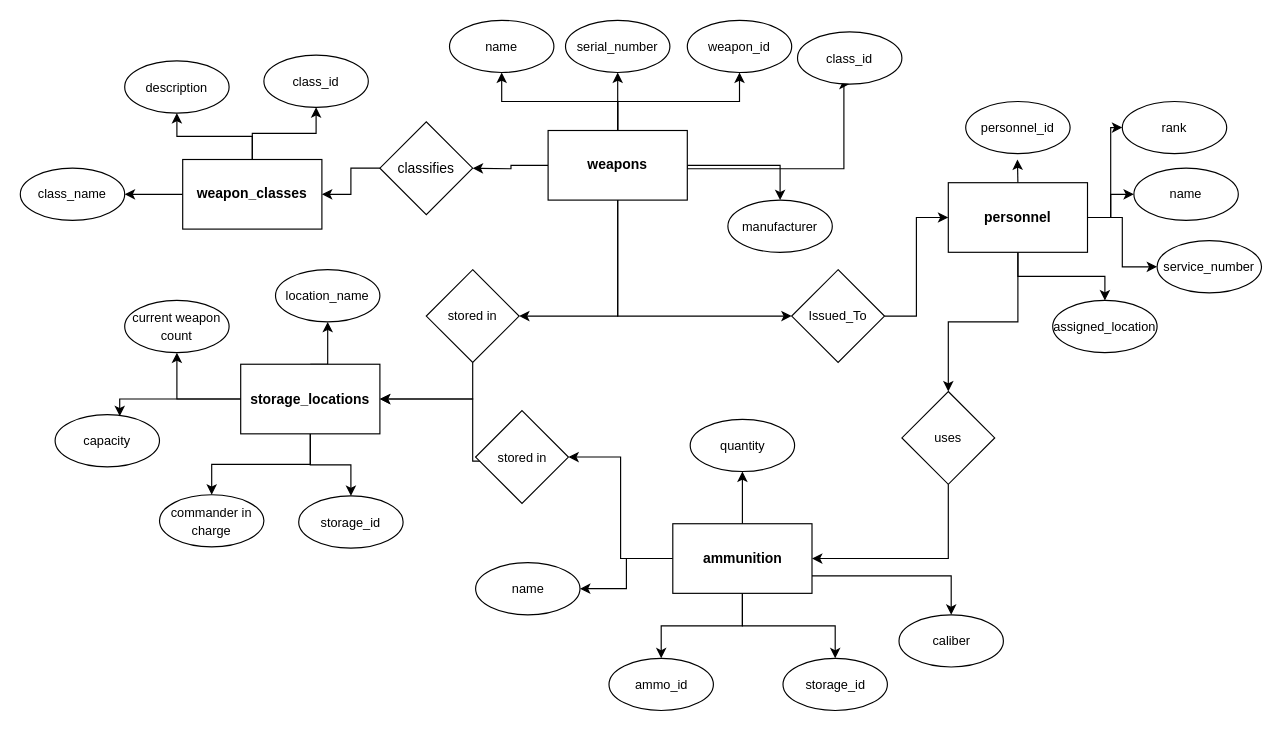
This is Untitled Diagram.drawio from ST-SARAVANAPRIYAN/Python-project, a draw.io file, before an edit. Source tidied: cells renumbered, new cells numbered last; positions are measured from the earlier drawing's top-left corner, leaving out a move shared by most shapes. Both pictures are drawn from the tidied source at 116%, with x=0, y=0 at pixel (20, 20).
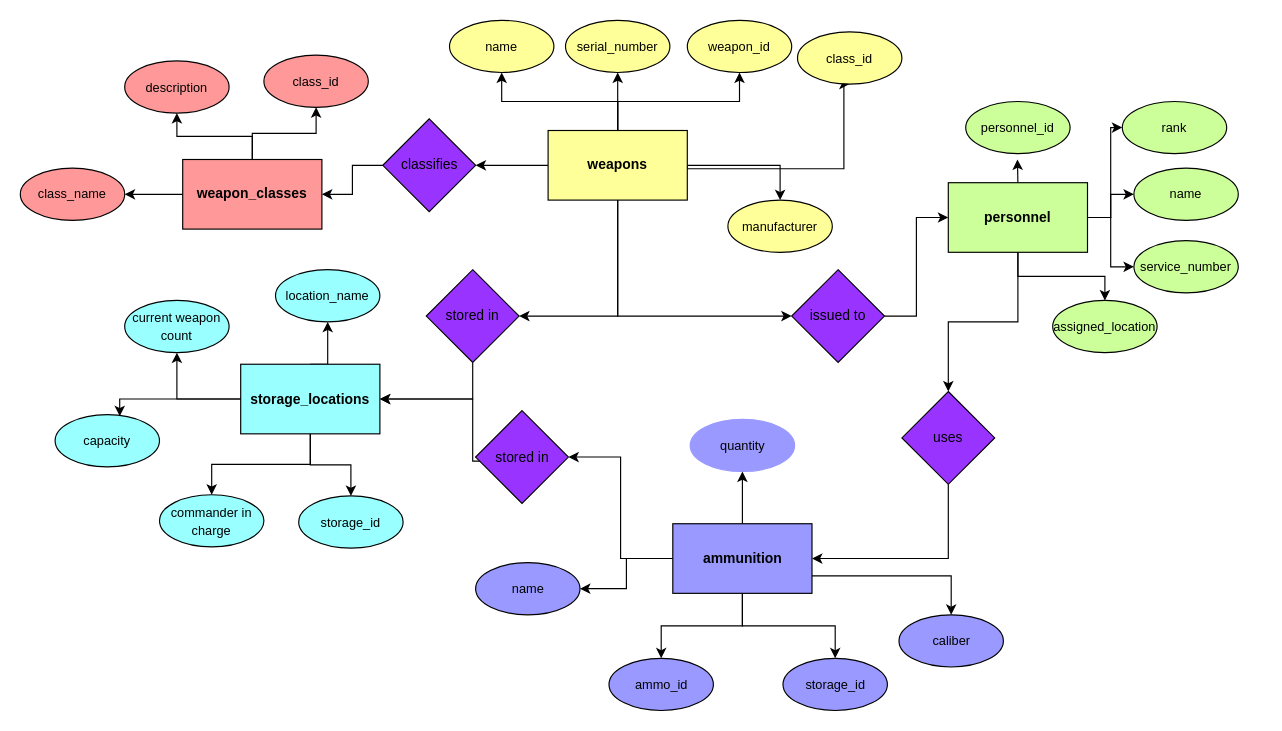
After the change.

Change to the diagram source:
```diff
@@
-    <mxCell id="2" value="&lt;span style=&quot;font-size: 11px; text-align: left; text-wrap-mode: nowrap;&quot;&gt;class_id&lt;/span&gt;" style="ellipse;whiteSpace=wrap;html=1;" parent="1" vertex="1">
+    <mxCell id="2" value="&lt;span style=&quot;font-size: 11px; text-align: left; text-wrap-mode: nowrap;&quot;&gt;class_id&lt;/span&gt;" style="ellipse;whiteSpace=wrap;html=1;fillColor=light-dark(#FF9999,var(--ge-dark-color, #121212));" parent="1" vertex="1">
       <mxGeometry x="210" y="30" width="90" height="45" as="geometry" />
     </mxCell>
-    <mxCell id="3" value="&lt;span style=&quot;font-size: 11px; text-align: left; text-wrap-mode: nowrap;&quot;&gt;class_name&lt;/span&gt;" style="ellipse;whiteSpace=wrap;html=1;" parent="1" vertex="1">
+    <mxCell id="3" value="&lt;span style=&quot;font-size: 11px; text-align: left; text-wrap-mode: nowrap;&quot;&gt;class_name&lt;/span&gt;" style="ellipse;whiteSpace=wrap;html=1;fillColor=light-dark(#FF9999,var(--ge-dark-color, #121212));" parent="1" vertex="1">
       <mxGeometry y="127.5" width="90" height="45" as="geometry" />
     </mxCell>
-    <mxCell id="4" value="&lt;span style=&quot;font-size: 11px; text-align: left; text-wrap-mode: nowrap;&quot;&gt;description&lt;/span&gt;" style="ellipse;whiteSpace=wrap;html=1;" parent="1" vertex="1">
+    <mxCell id="4" value="&lt;span style=&quot;font-size: 11px; text-align: left; text-wrap-mode: nowrap;&quot;&gt;description&lt;/span&gt;" style="ellipse;whiteSpace=wrap;html=1;fillColor=light-dark(#FF9999,var(--ge-dark-color, #121212));" parent="1" vertex="1">
       <mxGeometry x="90" y="35" width="90" height="45" as="geometry" />
     </mxCell>
@@
-    <mxCell id="7" style="edgeStyle=orthogonalEdgeStyle;rounded=0;jettySize=auto;html=1;exitX=0;exitY=0.5;exitDx=0;exitDy=0;" parent="1" edge="1" source="13">
-      <mxGeometry relative="1" as="geometry">
-        <mxPoint x="390" y="127.5" as="targetPoint" />
-      </mxGeometry>
-    </mxCell>
@@
+    <mxCell id="68" style="edgeStyle=orthogonalEdgeStyle;rounded=0;jettySize=auto;html=1;exitX=0;exitY=0.5;exitDx=0;exitDy=0;entryX=0.5;entryY=0;entryDx=0;entryDy=0;" parent="1" edge="1" source="13" target="26">
+      <mxGeometry relative="1" as="geometry" />
+    </mxCell>
-    <mxCell id="13" value="&lt;span style=&quot;font-weight: 700; text-wrap-mode: nowrap;&quot;&gt;weapons&lt;/span&gt;" style="rounded=0;whiteSpace=wrap;html=1;" parent="1" vertex="1">
+    <mxCell id="13" value="&lt;span style=&quot;font-weight: 700; text-wrap-mode: nowrap;&quot;&gt;weapons&lt;/span&gt;" style="rounded=0;whiteSpace=wrap;html=1;fillColor=light-dark(#FFFF99,var(--ge-dark-color, #121212));" parent="1" vertex="1">
       <mxGeometry x="455" y="95" width="120" height="60" as="geometry" />
     </mxCell>
@@
-    <mxCell id="17" value="&lt;span style=&quot;font-weight: 700; text-wrap-mode: nowrap;&quot;&gt;weapon_classes&lt;/span&gt;" style="rounded=0;whiteSpace=wrap;html=1;" parent="1" vertex="1">
+    <mxCell id="17" value="&lt;span style=&quot;font-weight: 700; text-wrap-mode: nowrap;&quot;&gt;weapon_classes&lt;/span&gt;" style="rounded=0;whiteSpace=wrap;html=1;fillColor=light-dark(#FF9999,var(--ge-dark-color, #121212));" parent="1" vertex="1">
       <mxGeometry x="140" y="120" width="120" height="60" as="geometry" />
     </mxCell>
-    <mxCell id="18" value="&lt;span style=&quot;font-size: 11px; text-align: left; text-wrap-mode: nowrap;&quot;&gt;weapon_id&lt;/span&gt;" style="ellipse;whiteSpace=wrap;html=1;" parent="1" vertex="1">
+    <mxCell id="18" value="&lt;span style=&quot;font-size: 11px; text-align: left; text-wrap-mode: nowrap;&quot;&gt;weapon_id&lt;/span&gt;" style="ellipse;whiteSpace=wrap;html=1;fillColor=light-dark(#FFFF99,var(--ge-dark-color, #121212));" parent="1" vertex="1">
       <mxGeometry x="575" width="90" height="45" as="geometry" />
     </mxCell>
-    <mxCell id="19" value="&lt;span style=&quot;font-size: 11px; text-align: left; text-wrap-mode: nowrap;&quot;&gt;current weapon&lt;/span&gt;&lt;div&gt;&lt;span style=&quot;font-size: 11px; text-align: left; text-wrap-mode: nowrap;&quot;&gt;count&lt;/span&gt;&lt;/div&gt;" style="ellipse;whiteSpace=wrap;html=1;" parent="1" vertex="1">
+    <mxCell id="19" value="&lt;span style=&quot;font-size: 11px; text-align: left; text-wrap-mode: nowrap;&quot;&gt;current weapon&lt;/span&gt;&lt;div&gt;&lt;span style=&quot;font-size: 11px; text-align: left; text-wrap-mode: nowrap;&quot;&gt;count&lt;/span&gt;&lt;/div&gt;" style="ellipse;whiteSpace=wrap;html=1;fillColor=light-dark(#99FFFF,var(--ge-dark-color, #121212));" parent="1" vertex="1">
       <mxGeometry x="90" y="241.5" width="90" height="45" as="geometry" />
     </mxCell>
-    <mxCell id="20" value="&lt;span style=&quot;font-size: 11px; text-align: left; text-wrap-mode: nowrap;&quot;&gt;personnel_id&lt;/span&gt;" style="ellipse;whiteSpace=wrap;html=1;" parent="1" vertex="1">
+    <mxCell id="20" value="&lt;span style=&quot;font-size: 11px; text-align: left; text-wrap-mode: nowrap;&quot;&gt;personnel_id&lt;/span&gt;" style="ellipse;whiteSpace=wrap;html=1;fillColor=light-dark(#CCFF99,var(--ge-dark-color, #121212));" parent="1" vertex="1">
       <mxGeometry x="815" y="70" width="90" height="45" as="geometry" />
     </mxCell>
-    <mxCell id="21" value="&lt;span style=&quot;font-size: 11px; text-align: left; text-wrap-mode: nowrap;&quot;&gt;manufacturer&lt;/span&gt;" style="ellipse;whiteSpace=wrap;html=1;" parent="1" vertex="1">
+    <mxCell id="21" value="&lt;span style=&quot;font-size: 11px; text-align: left; text-wrap-mode: nowrap;&quot;&gt;manufacturer&lt;/span&gt;" style="ellipse;whiteSpace=wrap;html=1;fillColor=light-dark(#FFFF99,var(--ge-dark-color, #121212));" parent="1" vertex="1">
       <mxGeometry x="610" y="155" width="90" height="45" as="geometry" />
     </mxCell>
-    <mxCell id="22" value="&lt;span style=&quot;font-size: 11px; text-align: left; text-wrap-mode: nowrap;&quot;&gt;serial_number&lt;/span&gt;" style="ellipse;whiteSpace=wrap;html=1;" parent="1" vertex="1">
+    <mxCell id="22" value="&lt;span style=&quot;font-size: 11px; text-align: left; text-wrap-mode: nowrap;&quot;&gt;serial_number&lt;/span&gt;" style="ellipse;whiteSpace=wrap;html=1;fillColor=light-dark(#FFFF99,var(--ge-dark-color, #121212));" parent="1" vertex="1">
       <mxGeometry x="470" width="90" height="45" as="geometry" />
     </mxCell>
-    <mxCell id="23" value="&lt;span style=&quot;font-size: 11px; text-align: left; text-wrap-mode: nowrap;&quot;&gt;class_id&lt;/span&gt;" style="ellipse;whiteSpace=wrap;html=1;" parent="1" vertex="1">
+    <mxCell id="23" value="&lt;span style=&quot;font-size: 11px; text-align: left; text-wrap-mode: nowrap;&quot;&gt;class_id&lt;/span&gt;" style="ellipse;whiteSpace=wrap;html=1;fillColor=light-dark(#FFFF99,var(--ge-dark-color, #121212));" parent="1" vertex="1">
       <mxGeometry x="670" y="10" width="90" height="45" as="geometry" />
     </mxCell>
-    <mxCell id="24" value="&lt;span style=&quot;font-size: 11px; text-align: left; text-wrap-mode: nowrap;&quot;&gt;name&lt;/span&gt;" style="ellipse;whiteSpace=wrap;html=1;" parent="1" vertex="1">
+    <mxCell id="24" value="&lt;span style=&quot;font-size: 11px; text-align: left; text-wrap-mode: nowrap;&quot;&gt;name&lt;/span&gt;" style="ellipse;whiteSpace=wrap;html=1;fillColor=light-dark(#FFFF99,var(--ge-dark-color, #121212));" parent="1" vertex="1">
       <mxGeometry x="370" width="90" height="45" as="geometry" />
     </mxCell>
@@
-    <mxCell id="26" value="classifies" style="rhombus;whiteSpace=wrap;html=1;direction=south;" parent="1" vertex="1">
-      <mxGeometry x="310" y="87.5" width="80" height="80" as="geometry" />
+    <mxCell id="26" value="classifies" style="rhombus;whiteSpace=wrap;html=1;direction=south;fillColor=light-dark(#9933FF,var(--ge-dark-color, #121212));" parent="1" vertex="1">
+      <mxGeometry x="312.5" y="85" width="80" height="80" as="geometry" />
     </mxCell>
@@
-    <mxCell id="33" value="&lt;span style=&quot;font-weight: 700; text-wrap-mode: nowrap;&quot;&gt;personnel&lt;/span&gt;" style="rounded=0;whiteSpace=wrap;html=1;" parent="1" vertex="1">
+    <mxCell id="33" value="&lt;span style=&quot;font-weight: 700; text-wrap-mode: nowrap;&quot;&gt;personnel&lt;/span&gt;" style="rounded=0;whiteSpace=wrap;html=1;fillColor=light-dark(#CCFF99,var(--ge-dark-color, #121212));" parent="1" vertex="1">
       <mxGeometry x="800" y="140" width="120" height="60" as="geometry" />
     </mxCell>
-    <mxCell id="34" value="&lt;span style=&quot;font-size: 11px; text-align: left; text-wrap-mode: nowrap;&quot;&gt;storage_id&lt;/span&gt;" style="ellipse;whiteSpace=wrap;html=1;" parent="1" vertex="1">
+    <mxCell id="34" value="&lt;span style=&quot;font-size: 11px; text-align: left; text-wrap-mode: nowrap;&quot;&gt;storage_id&lt;/span&gt;" style="ellipse;whiteSpace=wrap;html=1;fillColor=light-dark(#9999FF,var(--ge-dark-color, #121212));" parent="1" vertex="1">
       <mxGeometry x="657.5" y="550" width="90" height="45" as="geometry" />
     </mxCell>
-    <mxCell id="35" value="&lt;span style=&quot;font-size: 11px; text-align: left; text-wrap-mode: nowrap;&quot;&gt;quantity&lt;/span&gt;" style="ellipse;whiteSpace=wrap;html=1;" parent="1" vertex="1">
+    <mxCell id="35" value="&lt;span style=&quot;font-size: 11px; text-align: left; text-wrap-mode: nowrap;&quot;&gt;quantity&lt;/span&gt;" style="ellipse;whiteSpace=wrap;html=1;fillColor=light-dark(#9999FF,var(--ge-dark-color, #121212));strokeColor=light-dark(#9999FF,#FFFFFF);" parent="1" vertex="1">
       <mxGeometry x="577.5" y="344" width="90" height="45" as="geometry" />
     </mxCell>
-    <mxCell id="36" value="&lt;span style=&quot;font-size: 11px; text-align: left; text-wrap-mode: nowrap;&quot;&gt;caliber&lt;/span&gt;" style="ellipse;whiteSpace=wrap;html=1;" parent="1" vertex="1">
+    <mxCell id="36" value="&lt;span style=&quot;font-size: 11px; text-align: left; text-wrap-mode: nowrap;&quot;&gt;caliber&lt;/span&gt;" style="ellipse;whiteSpace=wrap;html=1;fillColor=light-dark(#9999FF,var(--ge-dark-color, #121212));" parent="1" vertex="1">
       <mxGeometry x="757.5" y="512.5" width="90" height="45" as="geometry" />
     </mxCell>
-    <mxCell id="37" value="&lt;span style=&quot;font-size: 11px; text-align: left; text-wrap-mode: nowrap;&quot;&gt;name&lt;/span&gt;" style="ellipse;whiteSpace=wrap;html=1;" parent="1" vertex="1">
+    <mxCell id="37" value="&lt;span style=&quot;font-size: 11px; text-align: left; text-wrap-mode: nowrap;&quot;&gt;name&lt;/span&gt;" style="ellipse;whiteSpace=wrap;html=1;fillColor=light-dark(#9999FF,var(--ge-dark-color, #121212));" parent="1" vertex="1">
       <mxGeometry x="392.5" y="467.5" width="90" height="45" as="geometry" />
     </mxCell>
-    <mxCell id="38" value="&lt;span style=&quot;font-size: 11px; text-align: left; text-wrap-mode: nowrap;&quot;&gt;ammo_id&lt;/span&gt;" style="ellipse;whiteSpace=wrap;html=1;" parent="1" vertex="1">
+    <mxCell id="38" value="&lt;span style=&quot;font-size: 11px; text-align: left; text-wrap-mode: nowrap;&quot;&gt;ammo_id&lt;/span&gt;" style="ellipse;whiteSpace=wrap;html=1;fillColor=light-dark(#9999FF,var(--ge-dark-color, #121212));" parent="1" vertex="1">
       <mxGeometry x="507.5" y="550" width="90" height="45" as="geometry" />
     </mxCell>
-    <mxCell id="39" value="&lt;span style=&quot;font-size: 11px; text-align: left; text-wrap-mode: nowrap;&quot;&gt;assigned_location&lt;/span&gt;" style="ellipse;whiteSpace=wrap;html=1;" parent="1" vertex="1">
+    <mxCell id="39" value="&lt;span style=&quot;font-size: 11px; text-align: left; text-wrap-mode: nowrap;&quot;&gt;assigned_location&lt;/span&gt;" style="ellipse;whiteSpace=wrap;html=1;fillColor=light-dark(#CCFF99,var(--ge-dark-color, #121212));" parent="1" vertex="1">
       <mxGeometry x="890" y="241.5" width="90" height="45" as="geometry" />
     </mxCell>
-    <mxCell id="40" value="&lt;span style=&quot;font-size: 11px; text-align: left; text-wrap-mode: nowrap;&quot;&gt;service_number&lt;/span&gt;" style="ellipse;whiteSpace=wrap;html=1;" parent="1" vertex="1">
-      <mxGeometry x="980" y="190" width="90" height="45" as="geometry" />
+    <mxCell id="40" value="&lt;span style=&quot;font-size: 11px; text-align: left; text-wrap-mode: nowrap;&quot;&gt;service_number&lt;/span&gt;" style="ellipse;whiteSpace=wrap;html=1;fillColor=light-dark(#CCFF99,var(--ge-dark-color, #121212));" parent="1" vertex="1">
+      <mxGeometry x="960" y="190" width="90" height="45" as="geometry" />
     </mxCell>
-    <mxCell id="41" value="&lt;span style=&quot;font-size: 11px; text-align: left; text-wrap-mode: nowrap;&quot;&gt;rank&lt;/span&gt;" style="ellipse;whiteSpace=wrap;html=1;" parent="1" vertex="1">
+    <mxCell id="41" value="&lt;span style=&quot;font-size: 11px; text-align: left; text-wrap-mode: nowrap;&quot;&gt;rank&lt;/span&gt;" style="ellipse;whiteSpace=wrap;html=1;fillColor=light-dark(#CCFF99,var(--ge-dark-color, #121212));" parent="1" vertex="1">
       <mxGeometry x="950" y="70" width="90" height="45" as="geometry" />
     </mxCell>
-    <mxCell id="42" value="&lt;span style=&quot;font-size: 11px; text-align: left; text-wrap-mode: nowrap;&quot;&gt;name&lt;/span&gt;" style="ellipse;whiteSpace=wrap;html=1;" parent="1" vertex="1">
+    <mxCell id="42" value="&lt;span style=&quot;font-size: 11px; text-align: left; text-wrap-mode: nowrap;&quot;&gt;name&lt;/span&gt;" style="ellipse;whiteSpace=wrap;html=1;fillColor=light-dark(#CCFF99,var(--ge-dark-color, #121212));" parent="1" vertex="1">
       <mxGeometry x="960" y="127.5" width="90" height="45" as="geometry" />
     </mxCell>
@@
-    <mxCell id="44" value="&lt;span style=&quot;font-size: 11px; text-wrap-mode: nowrap; background-color: rgb(255, 255, 255);&quot;&gt;Issued_To&lt;/span&gt;" style="rhombus;whiteSpace=wrap;html=1;" parent="1" vertex="1">
+    <mxCell id="44" value="issued to" style="rhombus;whiteSpace=wrap;html=1;fillColor=light-dark(#9933FF,var(--ge-dark-color, #121212));" parent="1" vertex="1">
       <mxGeometry x="665" y="215" width="80" height="80" as="geometry" />
     </mxCell>
@@
-    <mxCell id="51" value="&lt;span style=&quot;font-weight: 700; text-wrap-mode: nowrap;&quot;&gt;ammunition&lt;/span&gt;" style="rounded=0;whiteSpace=wrap;html=1;" parent="1" vertex="1">
+    <mxCell id="51" value="&lt;span style=&quot;font-weight: 700; text-wrap-mode: nowrap;&quot;&gt;ammunition&lt;/span&gt;" style="rounded=0;whiteSpace=wrap;html=1;fillColor=light-dark(#9999FF,var(--ge-dark-color, #121212));" parent="1" vertex="1">
       <mxGeometry x="562.5" y="434" width="120" height="60" as="geometry" />
     </mxCell>
-    <mxCell id="52" value="&lt;span style=&quot;font-size: 11px; text-wrap-mode: nowrap; background-color: rgb(255, 255, 255);&quot;&gt;uses&lt;/span&gt;" style="rhombus;whiteSpace=wrap;html=1;" parent="1" vertex="1">
+    <mxCell id="52" value="uses" style="rhombus;whiteSpace=wrap;html=1;fillColor=light-dark(#9933FF,var(--ge-dark-color, #121212));" parent="1" vertex="1">
       <mxGeometry x="760" y="320" width="80" height="80" as="geometry" />
     </mxCell>
@@
-    <mxCell id="54" value="&lt;span style=&quot;font-size: 11px; text-align: left; text-wrap-mode: nowrap;&quot;&gt;commander in&lt;/span&gt;&lt;div&gt;&lt;span style=&quot;font-size: 11px; text-align: left; text-wrap-mode: nowrap;&quot;&gt;charge&lt;/span&gt;&lt;/div&gt;" style="ellipse;whiteSpace=wrap;html=1;" parent="1" vertex="1">
+    <mxCell id="54" value="&lt;span style=&quot;font-size: 11px; text-align: left; text-wrap-mode: nowrap;&quot;&gt;commander in&lt;/span&gt;&lt;div&gt;&lt;span style=&quot;font-size: 11px; text-align: left; text-wrap-mode: nowrap;&quot;&gt;charge&lt;/span&gt;&lt;/div&gt;" style="ellipse;whiteSpace=wrap;html=1;fillColor=light-dark(#99FFFF,var(--ge-dark-color, #121212));" parent="1" vertex="1">
       <mxGeometry x="120" y="409" width="90" height="45" as="geometry" />
     </mxCell>
-    <mxCell id="55" value="&lt;span style=&quot;font-size: 11px; text-align: left; text-wrap-mode: nowrap;&quot;&gt;capacity&lt;/span&gt;" style="ellipse;whiteSpace=wrap;html=1;" parent="1" vertex="1">
+    <mxCell id="55" value="&lt;span style=&quot;font-size: 11px; text-align: left; text-wrap-mode: nowrap;&quot;&gt;capacity&lt;/span&gt;" style="ellipse;whiteSpace=wrap;html=1;fillColor=light-dark(#99FFFF,var(--ge-dark-color, #121212));" parent="1" vertex="1">
       <mxGeometry x="30" y="340" width="90" height="45" as="geometry" />
     </mxCell>
-    <mxCell id="56" value="&lt;span style=&quot;font-size: 11px; text-align: left; text-wrap-mode: nowrap;&quot;&gt;location_name&lt;/span&gt;" style="ellipse;whiteSpace=wrap;html=1;" parent="1" vertex="1">
+    <mxCell id="56" value="&lt;span style=&quot;font-size: 11px; text-align: left; text-wrap-mode: nowrap;&quot;&gt;location_name&lt;/span&gt;" style="ellipse;whiteSpace=wrap;html=1;fillColor=light-dark(#99FFFF,var(--ge-dark-color, #121212));" parent="1" vertex="1">
       <mxGeometry x="220" y="215" width="90" height="45" as="geometry" />
     </mxCell>
-    <mxCell id="57" value="&lt;span style=&quot;font-size: 11px; text-align: left; text-wrap-mode: nowrap;&quot;&gt;storage_id&lt;/span&gt;" style="ellipse;whiteSpace=wrap;html=1;" parent="1" vertex="1">
+    <mxCell id="57" value="&lt;span style=&quot;font-size: 11px; text-align: left; text-wrap-mode: nowrap;&quot;&gt;storage_id&lt;/span&gt;" style="ellipse;whiteSpace=wrap;html=1;fillColor=light-dark(#99FFFF,var(--ge-dark-color, #121212));" parent="1" vertex="1">
       <mxGeometry x="240" y="410" width="90" height="45" as="geometry" />
     </mxCell>
@@
-    <mxCell id="62" value="&lt;span style=&quot;font-weight: 700; text-wrap-mode: nowrap;&quot;&gt;storage_locations&lt;/span&gt;" style="rounded=0;whiteSpace=wrap;html=1;" parent="1" vertex="1">
+    <mxCell id="62" value="&lt;span style=&quot;font-weight: 700; text-wrap-mode: nowrap;&quot;&gt;storage_locations&lt;/span&gt;" style="rounded=0;whiteSpace=wrap;html=1;fillColor=light-dark(#99FFFF,var(--ge-dark-color, #121212));" parent="1" vertex="1">
       <mxGeometry x="190" y="296.5" width="120" height="60" as="geometry" />
     </mxCell>
@@
-    <mxCell id="64" value="&lt;span style=&quot;font-size: 11px; text-wrap-mode: nowrap; background-color: rgb(255, 255, 255);&quot;&gt;stored in&lt;/span&gt;" style="rhombus;whiteSpace=wrap;html=1;" parent="1" vertex="1">
+    <mxCell id="64" value="stored in" style="rhombus;whiteSpace=wrap;html=1;fillColor=light-dark(#9933FF,var(--ge-dark-color, #121212));" parent="1" vertex="1">
       <mxGeometry x="392.5" y="336.5" width="80" height="80" as="geometry" />
     </mxCell>
@@
-    <mxCell id="66" value="&lt;span style=&quot;font-size: 11px; text-wrap-mode: nowrap; background-color: rgb(255, 255, 255);&quot;&gt;stored in&lt;/span&gt;" style="rhombus;whiteSpace=wrap;html=1;" parent="1" vertex="1">
+    <mxCell id="66" value="stored in" style="rhombus;whiteSpace=wrap;html=1;fillColor=light-dark(#9933FF,var(--ge-dark-color, #121212));" parent="1" vertex="1">
       <mxGeometry x="350" y="215" width="80" height="80" as="geometry" />
     </mxCell>
```
